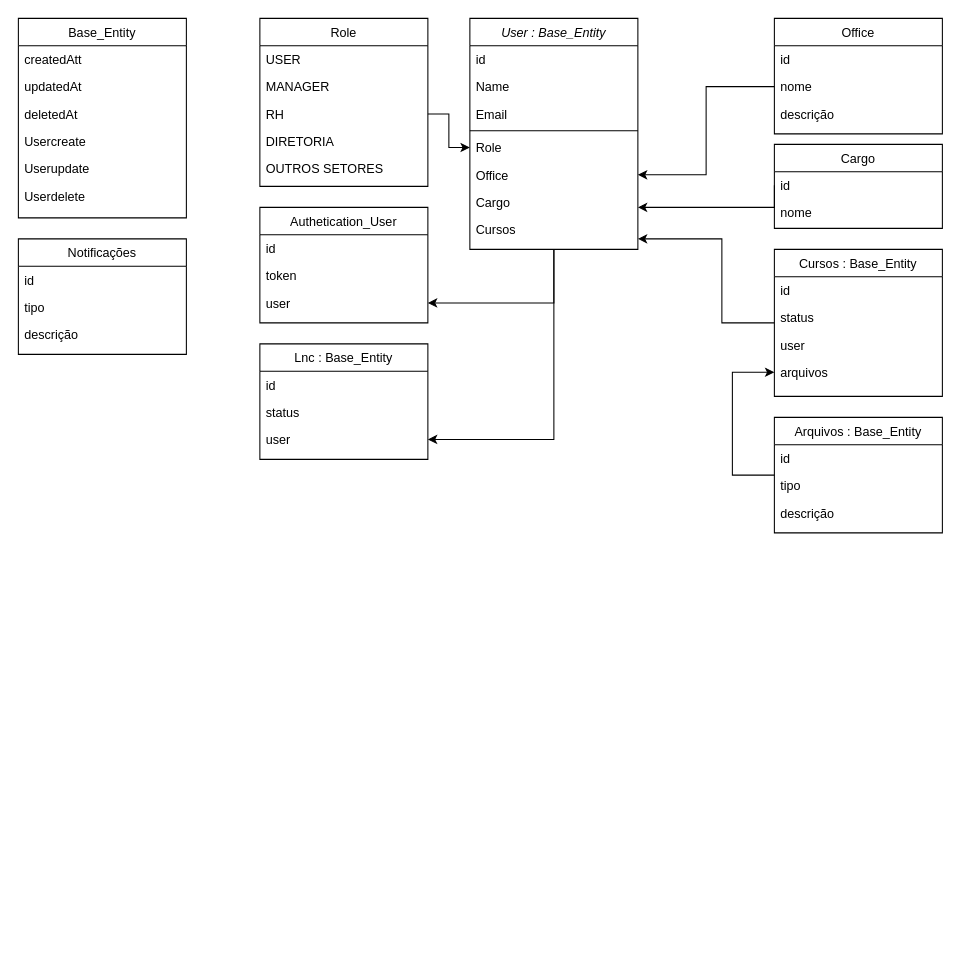
Earlier version of the draw.io diagram SGC.drawio (devjuliomesquita/Project_Core). Source tidied: cells renumbered, new cells numbered last; positions are measured from the earlier drawing's top-left corner, leaving out a move shared by most shapes. Both pictures are drawn from the tidied source at 105%, with x=0, y=0 at pixel (18, 18).
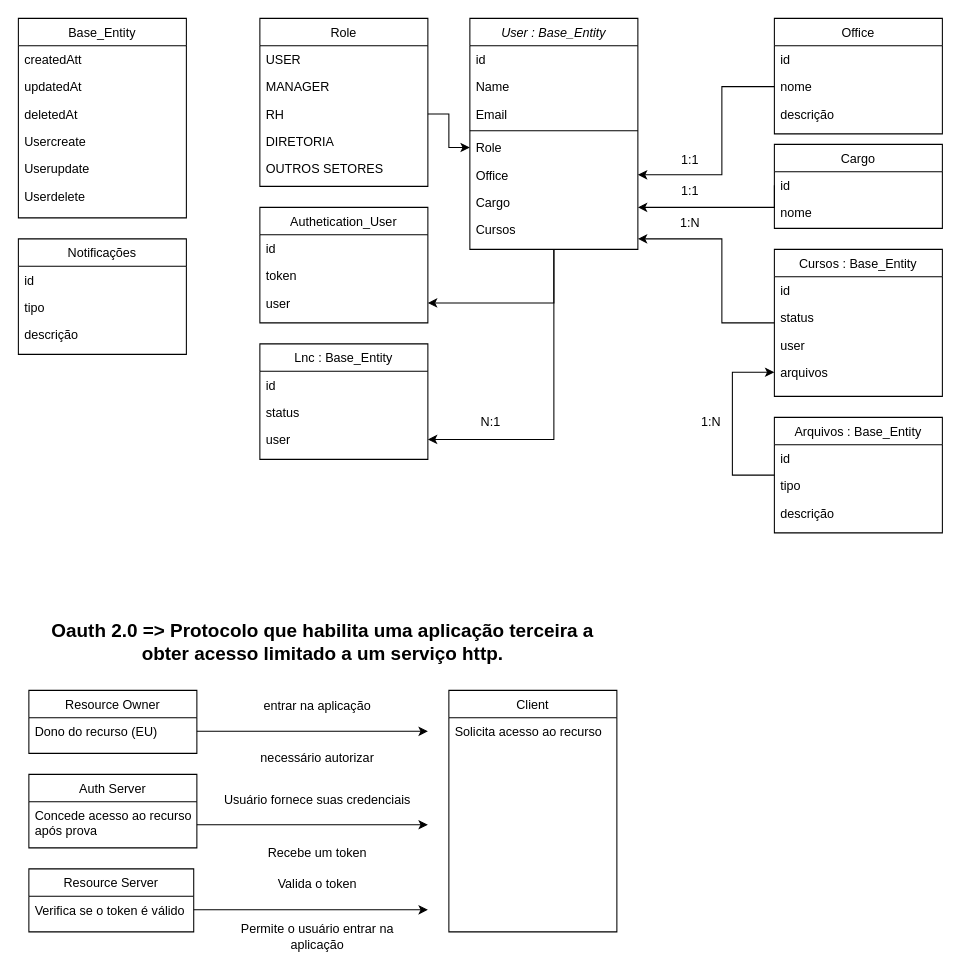
After the change.

Unchanged cells that the change refers to:
```xml
<mxCell id="10" value="Office" style="text;align=left;verticalAlign=top;spacingLeft=4;spacingRight=4;overflow=hidden;points=[[0,0.5],[1,0.5]];portConstraint=eastwest;" parent="4" vertex="1">
  <mxGeometry y="136" width="160" height="26" as="geometry" />
</mxCell>
<mxCell id="21" value="nome" style="text;align=left;verticalAlign=top;spacingLeft=4;spacingRight=4;overflow=hidden;points=[[0,0.5],[1,0.5]];portConstraint=eastwest;" parent="19" vertex="1">
  <mxGeometry y="52" width="160" height="26" as="geometry" />
</mxCell>
```

The edit, as a diff of the source:
```diff
@@
     <mxCell id="34" style="edgeStyle=orthogonalEdgeStyle;rounded=0;jettySize=auto;html=1;exitX=0;exitY=0.5;exitDx=0;exitDy=0;" parent="1" edge="1" source="21" target="10">
-      <mxGeometry relative="1" as="geometry" />
+      <mxGeometry relative="1" as="geometry">
+        <Array as="points">
+          <mxPoint x="670" y="65" />
+          <mxPoint x="670" y="149" />
+        </Array>
+      </mxGeometry>
     </mxCell>
@@
+    <mxCell id="59" value="&lt;h2&gt;Oauth 2.0 =&amp;gt; Protocolo que habilita uma aplicação terceira a obter acesso limitado a um serviço http.&lt;/h2&gt;" style="text;strokeColor=none;align=center;fillColor=none;html=1;verticalAlign=middle;whiteSpace=wrap;rounded=0;" parent="1" vertex="1">
+      <mxGeometry x="10" y="580" width="560" height="30" as="geometry" />
+    </mxCell>
+    <mxCell id="60" value="Resource Owner" style="swimlane;fontStyle=0;align=center;verticalAlign=top;horizontal=1;startSize=26;rounded=0;shadow=0;strokeWidth=1;" parent="1" vertex="1">
+      <mxGeometry x="10" y="640" width="160" height="60" as="geometry" />
+    </mxCell>
+    <mxCell id="61" style="edgeStyle=orthogonalEdgeStyle;rounded=0;jettySize=auto;html=1;" parent="60" edge="1" source="62">
+      <mxGeometry relative="1" as="geometry">
+        <mxPoint x="380" y="39" as="targetPoint" />
+      </mxGeometry>
+    </mxCell>
+    <mxCell id="62" value="Dono do recurso (EU)" style="text;align=left;verticalAlign=top;spacingLeft=4;spacingRight=4;overflow=hidden;points=[[0,0.5],[1,0.5]];portConstraint=eastwest;" parent="60" vertex="1">
+      <mxGeometry y="26" width="160" height="26" as="geometry" />
+    </mxCell>
+    <mxCell id="63" value="Resource Server" style="swimlane;fontStyle=0;align=center;verticalAlign=top;horizontal=1;startSize=26;rounded=0;shadow=0;strokeWidth=1;" parent="1" vertex="1">
+      <mxGeometry x="10" y="810" width="157" height="60" as="geometry" />
+    </mxCell>
+    <mxCell id="64" style="edgeStyle=orthogonalEdgeStyle;rounded=0;jettySize=auto;html=1;" parent="63" edge="1" source="65">
+      <mxGeometry relative="1" as="geometry">
+        <mxPoint x="380" y="39" as="targetPoint" />
+      </mxGeometry>
+    </mxCell>
+    <mxCell id="65" value="Verifica se o token é válido" style="text;align=left;verticalAlign=top;spacingLeft=4;spacingRight=4;overflow=hidden;points=[[0,0.5],[1,0.5]];portConstraint=eastwest;" parent="63" vertex="1">
+      <mxGeometry y="26" width="157" height="26" as="geometry" />
+    </mxCell>
+    <mxCell id="66" value="Auth Server" style="swimlane;fontStyle=0;align=center;verticalAlign=top;horizontal=1;startSize=26;rounded=0;shadow=0;strokeWidth=1;" parent="1" vertex="1">
+      <mxGeometry x="10" y="720" width="160" height="70" as="geometry" />
+    </mxCell>
+    <mxCell id="67" style="edgeStyle=orthogonalEdgeStyle;rounded=0;jettySize=auto;html=1;" parent="66" edge="1" source="68">
+      <mxGeometry relative="1" as="geometry">
+        <mxPoint x="380" y="48" as="targetPoint" />
+      </mxGeometry>
+    </mxCell>
+    <mxCell id="68" value="Concede acesso ao recurso &#10;após prova" style="text;align=left;verticalAlign=top;spacingLeft=4;spacingRight=4;overflow=hidden;points=[[0,0.5],[1,0.5]];portConstraint=eastwest;" parent="66" vertex="1">
+      <mxGeometry y="26" width="160" height="44" as="geometry" />
+    </mxCell>
+    <mxCell id="69" value="Client" style="swimlane;fontStyle=0;align=center;verticalAlign=top;horizontal=1;startSize=26;rounded=0;shadow=0;strokeWidth=1;" parent="1" vertex="1">
+      <mxGeometry x="410" y="640" width="160" height="230" as="geometry" />
+    </mxCell>
+    <mxCell id="70" value="Solicita acesso ao recurso" style="text;align=left;verticalAlign=top;spacingLeft=4;spacingRight=4;overflow=hidden;" parent="69" vertex="1">
+      <mxGeometry y="26" width="160" height="34" as="geometry" />
+    </mxCell>
+    <mxCell id="71" value="entrar na aplicação" style="text;strokeColor=none;align=center;fillColor=none;html=1;verticalAlign=middle;whiteSpace=wrap;rounded=0;" parent="1" vertex="1">
+      <mxGeometry x="190" y="640" width="190" height="30" as="geometry" />
+    </mxCell>
+    <mxCell id="72" value="necessário autorizar" style="text;strokeColor=none;align=center;fillColor=none;html=1;verticalAlign=middle;whiteSpace=wrap;rounded=0;" parent="1" vertex="1">
+      <mxGeometry x="190" y="690" width="190" height="30" as="geometry" />
+    </mxCell>
+    <mxCell id="73" value="Usuário fornece suas credenciais" style="text;strokeColor=none;align=center;fillColor=none;html=1;verticalAlign=middle;whiteSpace=wrap;rounded=0;" parent="1" vertex="1">
+      <mxGeometry x="190" y="730" width="190" height="30" as="geometry" />
+    </mxCell>
+    <mxCell id="74" value="Recebe um token" style="text;strokeColor=none;align=center;fillColor=none;html=1;verticalAlign=middle;whiteSpace=wrap;rounded=0;" parent="1" vertex="1">
+      <mxGeometry x="190" y="780" width="190" height="30" as="geometry" />
+    </mxCell>
+    <mxCell id="75" value="Valida o token" style="text;strokeColor=none;align=center;fillColor=none;html=1;verticalAlign=middle;whiteSpace=wrap;rounded=0;" parent="1" vertex="1">
+      <mxGeometry x="190" y="810" width="190" height="30" as="geometry" />
+    </mxCell>
+    <mxCell id="76" value="Permite o usuário entrar na aplicação" style="text;strokeColor=none;align=center;fillColor=none;html=1;verticalAlign=middle;whiteSpace=wrap;rounded=0;" parent="1" vertex="1">
+      <mxGeometry x="190" y="860" width="190" height="30" as="geometry" />
+    </mxCell>
+    <mxCell id="77" value="N:1" style="text;strokeColor=none;align=center;fillColor=none;html=1;verticalAlign=middle;whiteSpace=wrap;rounded=0;" parent="1" vertex="1">
+      <mxGeometry x="420" y="370" width="60" height="30" as="geometry" />
+    </mxCell>
+    <mxCell id="78" value="1:1" style="text;strokeColor=none;align=center;fillColor=none;html=1;verticalAlign=middle;whiteSpace=wrap;rounded=0;" parent="1" vertex="1">
+      <mxGeometry x="610" y="120" width="60" height="30" as="geometry" />
+    </mxCell>
+    <mxCell id="79" value="1:1" style="text;strokeColor=none;align=center;fillColor=none;html=1;verticalAlign=middle;whiteSpace=wrap;rounded=0;" parent="1" vertex="1">
+      <mxGeometry x="610" y="150" width="60" height="30" as="geometry" />
+    </mxCell>
+    <mxCell id="80" value="1:N" style="text;strokeColor=none;align=center;fillColor=none;html=1;verticalAlign=middle;whiteSpace=wrap;rounded=0;" parent="1" vertex="1">
+      <mxGeometry x="630" y="370" width="60" height="30" as="geometry" />
+    </mxCell>
+    <mxCell id="81" value="1:N" style="text;strokeColor=none;align=center;fillColor=none;html=1;verticalAlign=middle;whiteSpace=wrap;rounded=0;" parent="1" vertex="1">
+      <mxGeometry x="610" y="180" width="60" height="30" as="geometry" />
+    </mxCell>
```
